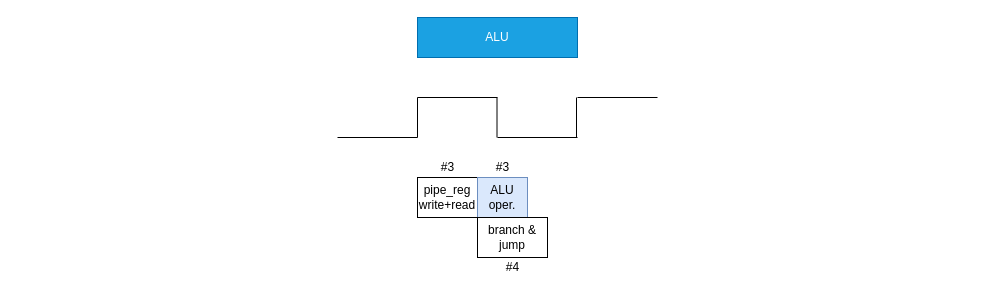
Before: page "Page-9" (6 of 13) of Instruction memory/InstrCacheFSM.drawio in cepdnaclk/e16-co502-RISCV-Pipeline-CPU-Implimentation-Group2, a draw.io diagram. Source tidied: cells renumbered, new cells numbered last; positions are measured from the earlier drawing's top-left corner, leaving out a move shared by most shapes. Both pictures are drawn from the tidied source at 100%, with x=0, y=0 at pixel (17, 17).
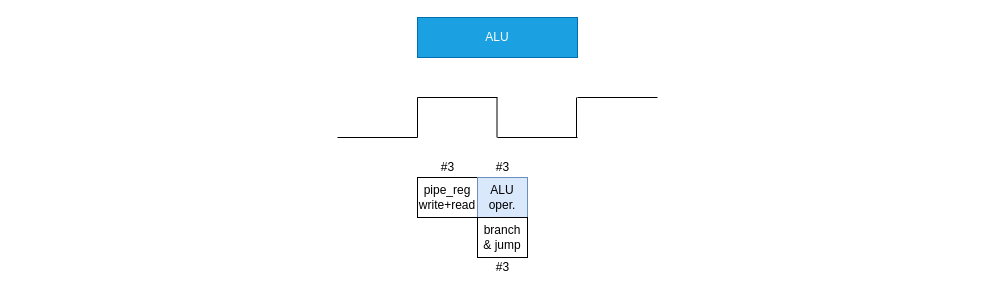
The same page after the edit.

The edit, as a diff of the source:
```diff
@@
     <mxCell id="13" value="branch &amp;amp; jump" style="rounded=0;whiteSpace=wrap;html=1;" parent="1" vertex="1">
-      <mxGeometry x="460" y="200" width="70" height="40" as="geometry" />
+      <mxGeometry x="460" y="200" width="50" height="40" as="geometry" />
     </mxCell>
-    <mxCell id="14" value="#4" style="text;html=1;align=center;verticalAlign=middle;strokeColor=none;" parent="1" vertex="1">
-      <mxGeometry x="480" y="240" width="30" height="20" as="geometry" />
+    <mxCell id="14" value="#3" style="text;html=1;align=center;verticalAlign=middle;strokeColor=none;" parent="1" vertex="1">
+      <mxGeometry x="470" y="240" width="30" height="20" as="geometry" />
     </mxCell>
```
